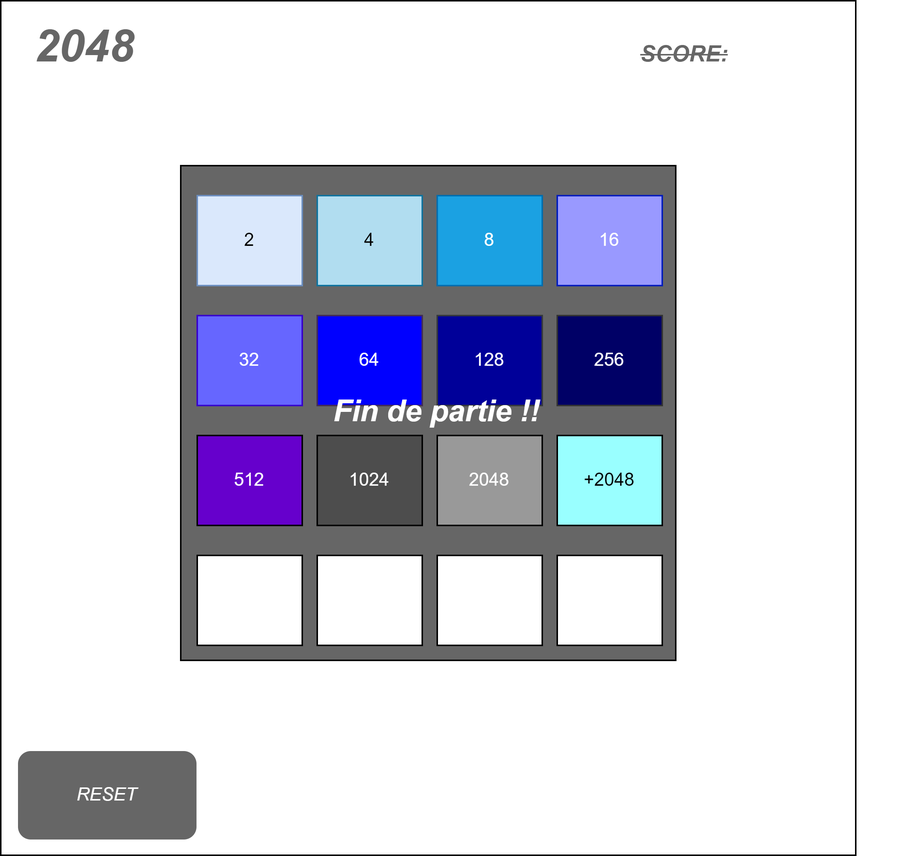
Above: maquete 2048.drawio.png in Lucas-santosL/2048_jeux_MA-20 (draw.io), before the change. Source tidied: cells renumbered, new cells last; positions are measured from the earlier drawing's top-left corner, leaving out a move shared by most shapes.
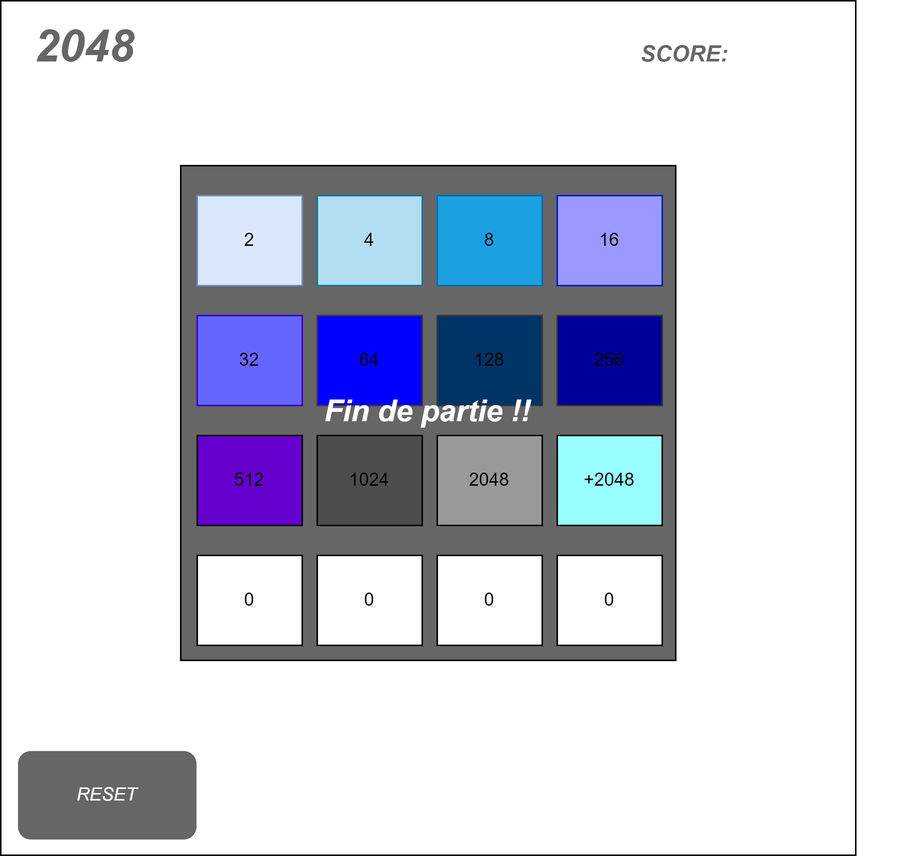
After the commit.

The edit, as a diff of the source:
```diff
@@ -11,59 +11,59 @@
     <mxCell id="4" value="2" style="rounded=0;whiteSpace=wrap;html=1;fillColor=#dae8fc;strokeColor=#6c8ebf;" parent="1" vertex="1">
       <mxGeometry x="131" y="130" width="70" height="60" as="geometry" />
     </mxCell>
-    <mxCell id="5" value="32" style="rounded=0;whiteSpace=wrap;html=1;fillColor=#6666FF;fontColor=#ffffff;strokeColor=#3700CC;" parent="1" vertex="1">
+    <mxCell id="5" value="32" style="rounded=0;whiteSpace=wrap;html=1;fillColor=#6666FF;fontColor=#000000;strokeColor=#3700CC;" parent="1" vertex="1">
       <mxGeometry x="131" y="210" width="70" height="60" as="geometry" />
     </mxCell>
-    <mxCell id="6" value="&lt;font color=&quot;#ffffff&quot;&gt;512&lt;/font&gt;" style="rounded=0;whiteSpace=wrap;html=1;strokeColor=#000000;fillColor=#6600CC;" parent="1" vertex="1">
+    <mxCell id="6" value="&lt;font&gt;512&lt;/font&gt;" style="rounded=0;whiteSpace=wrap;html=1;strokeColor=#000000;fillColor=#6600CC;fontColor=default;" parent="1" vertex="1">
       <mxGeometry x="131" y="290" width="70" height="60" as="geometry" />
     </mxCell>
-    <mxCell id="7" style="rounded=0;whiteSpace=wrap;html=1;" parent="1" vertex="1">
+    <mxCell id="7" value="0" style="rounded=0;whiteSpace=wrap;html=1;" parent="1" vertex="1">
       <mxGeometry x="131" y="370" width="70" height="60" as="geometry" />
     </mxCell>
     <mxCell id="8" value="4" style="rounded=0;whiteSpace=wrap;html=1;fillColor=#b1ddf0;strokeColor=#10739e;" parent="1" vertex="1">
       <mxGeometry x="211" y="130" width="70" height="60" as="geometry" />
     </mxCell>
-    <mxCell id="9" value="8" style="rounded=0;whiteSpace=wrap;html=1;fillColor=#1ba1e2;strokeColor=#006EAF;fontColor=#ffffff;" parent="1" vertex="1">
+    <mxCell id="9" value="8" style="rounded=0;whiteSpace=wrap;html=1;fillColor=#1ba1e2;strokeColor=#006EAF;fontColor=#000000;" parent="1" vertex="1">
       <mxGeometry x="291" y="130" width="70" height="60" as="geometry" />
     </mxCell>
-    <mxCell id="10" value="16" style="rounded=0;whiteSpace=wrap;html=1;fillColor=#9999FF;fontColor=#ffffff;strokeColor=#001DBC;" parent="1" vertex="1">
+    <mxCell id="10" value="&lt;font color=&quot;#000000&quot;&gt;16&lt;/font&gt;" style="rounded=0;whiteSpace=wrap;html=1;fillColor=#9999FF;fontColor=#ffffff;strokeColor=#001DBC;" parent="1" vertex="1">
       <mxGeometry x="371" y="130" width="70" height="60" as="geometry" />
     </mxCell>
-    <mxCell id="11" value="&lt;font color=&quot;#ffffff&quot;&gt;128&lt;/font&gt;" style="rounded=0;whiteSpace=wrap;html=1;fillColor=#000099;strokeColor=#36393d;" parent="1" vertex="1">
+    <mxCell id="11" value="128" style="rounded=0;whiteSpace=wrap;html=1;fillColor=#003366;strokeColor=#36393D;" parent="1" vertex="1">
       <mxGeometry x="291" y="210" width="70" height="60" as="geometry" />
     </mxCell>
-    <mxCell id="12" value="64" style="rounded=0;whiteSpace=wrap;html=1;fillColor=#0000FF;fontColor=#ffffff;strokeColor=#432D57;" parent="1" vertex="1">
+    <mxCell id="12" value="64" style="rounded=0;whiteSpace=wrap;html=1;fillColor=#0000FF;fontColor=#000000;strokeColor=#432D57;" parent="1" vertex="1">
       <mxGeometry x="211" y="210" width="70" height="60" as="geometry" />
     </mxCell>
-    <mxCell id="13" value="&lt;font color=&quot;#ffffff&quot;&gt;256&lt;/font&gt;" style="rounded=0;whiteSpace=wrap;html=1;strokeColor=#333333;fillColor=#000066;" parent="1" vertex="1">
+    <mxCell id="13" value="&lt;font&gt;256&lt;/font&gt;" style="rounded=0;whiteSpace=wrap;html=1;strokeColor=#333333;fillColor=#000099;fontColor=#000000;" parent="1" vertex="1">
       <mxGeometry x="371" y="210" width="70" height="60" as="geometry" />
     </mxCell>
-    <mxCell id="14" value="&lt;font color=&quot;#ffffff&quot;&gt;1024&lt;/font&gt;" style="rounded=0;whiteSpace=wrap;html=1;fillColor=#4D4D4D;" parent="1" vertex="1">
+    <mxCell id="14" value="1024" style="rounded=0;whiteSpace=wrap;html=1;fillColor=#4D4D4D;" parent="1" vertex="1">
       <mxGeometry x="211" y="290" width="70" height="60" as="geometry" />
     </mxCell>
-    <mxCell id="15" style="rounded=0;whiteSpace=wrap;html=1;" parent="1" vertex="1">
+    <mxCell id="15" value="0" style="rounded=0;whiteSpace=wrap;html=1;" parent="1" vertex="1">
       <mxGeometry x="211" y="370" width="70" height="60" as="geometry" />
     </mxCell>
-    <mxCell id="16" value="&lt;font color=&quot;#ffffff&quot;&gt;2048&lt;/font&gt;" style="rounded=0;whiteSpace=wrap;html=1;fillColor=#999999;" parent="1" vertex="1">
+    <mxCell id="16" value="2048" style="rounded=0;whiteSpace=wrap;html=1;fillColor=#999999;" parent="1" vertex="1">
       <mxGeometry x="291" y="290" width="70" height="60" as="geometry" />
     </mxCell>
     <mxCell id="17" value="+2048" style="rounded=0;whiteSpace=wrap;html=1;fillColor=#99FFFF;" parent="1" vertex="1">
       <mxGeometry x="371" y="290" width="70" height="60" as="geometry" />
     </mxCell>
-    <mxCell id="18" style="rounded=0;whiteSpace=wrap;html=1;" parent="1" vertex="1">
+    <mxCell id="18" value="0" style="rounded=0;whiteSpace=wrap;html=1;" parent="1" vertex="1">
       <mxGeometry x="291" y="370" width="70" height="60" as="geometry" />
     </mxCell>
-    <mxCell id="19" style="rounded=0;whiteSpace=wrap;html=1;" parent="1" vertex="1">
+    <mxCell id="19" value="0" style="rounded=0;whiteSpace=wrap;html=1;" parent="1" vertex="1">
       <mxGeometry x="371" y="370" width="70" height="60" as="geometry" />
     </mxCell>
-    <mxCell id="20" value="&lt;font size=&quot;1&quot; color=&quot;#666666&quot; style=&quot;&quot;&gt;&lt;i style=&quot;&quot;&gt;&lt;span style=&quot;font-size: 15px;&quot;&gt;&lt;b&gt;&lt;strike style=&quot;&quot;&gt;SCORE:&lt;/strike&gt;&lt;/b&gt;&lt;/span&gt;&lt;/i&gt;&lt;/font&gt;" style="text;strokeColor=none;align=center;fillColor=none;html=1;verticalAlign=middle;whiteSpace=wrap;rounded=0;" parent="1" vertex="1">
+    <mxCell id="20" value="&lt;font size=&quot;1&quot; color=&quot;#666666&quot; style=&quot;&quot;&gt;&lt;span style=&quot;font-size: 15px;&quot;&gt;&lt;i style=&quot;&quot;&gt;&lt;b style=&quot;&quot;&gt;SCORE:&lt;/b&gt;&lt;/i&gt;&lt;/span&gt;&lt;/font&gt;" style="text;strokeColor=none;align=center;fillColor=none;html=1;verticalAlign=middle;whiteSpace=wrap;rounded=0;" parent="1" vertex="1">
       <mxGeometry x="311" y="20" width="290" height="30" as="geometry" />
     </mxCell>
     <mxCell id="21" value="&lt;font color=&quot;#ffffff&quot;&gt;&lt;i&gt;RESET&lt;/i&gt;&lt;/font&gt;" style="rounded=1;whiteSpace=wrap;html=1;strokeColor=#FFFFFF;fillColor=#666666;" parent="1" vertex="1">
       <mxGeometry x="11" y="500" width="120" height="60" as="geometry" />
     </mxCell>
     <mxCell id="22" value="&lt;p style=&quot;line-height: 100%;&quot;&gt;&lt;b&gt;&lt;font color=&quot;#ffffff&quot; style=&quot;font-size: 20px;&quot;&gt;&lt;i&gt;Fin de partie !!&lt;/i&gt;&lt;/font&gt;&lt;/b&gt;&lt;/p&gt;" style="text;strokeColor=none;align=center;fillColor=none;html=1;verticalAlign=middle;whiteSpace=wrap;rounded=0;" parent="1" vertex="1">
-      <mxGeometry x="171" y="220" width="240" height="110" as="geometry" />
+      <mxGeometry x="165" y="220" width="240" height="110" as="geometry" />
     </mxCell>
     <mxCell id="23" value="&lt;font color=&quot;#666666&quot; style=&quot;font-size: 30px;&quot;&gt;&lt;b&gt;&lt;i&gt;2048&lt;/i&gt;&lt;/b&gt;&lt;/font&gt;" style="text;strokeColor=none;align=center;fillColor=none;html=1;verticalAlign=middle;whiteSpace=wrap;rounded=0;" parent="1" vertex="1">
       <mxGeometry x="11" y="10" width="90" height="40" as="geometry" />
```
